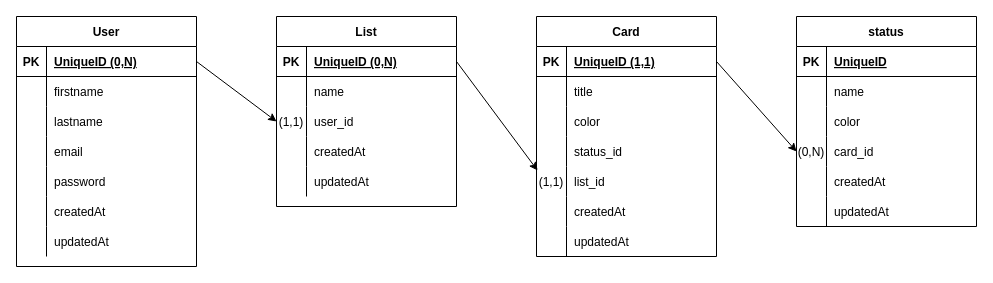
Above: cdc/mcd/tables.drawio in KhadimRenahyMar/Kban (draw.io), before the change. Source tidied: cells renumbered, new cells numbered last; positions are measured from the earlier drawing's top-left corner, leaving out a move shared by most shapes. Both pictures are drawn from the tidied source at 100%, with x=0, y=0 at pixel (16, 16).
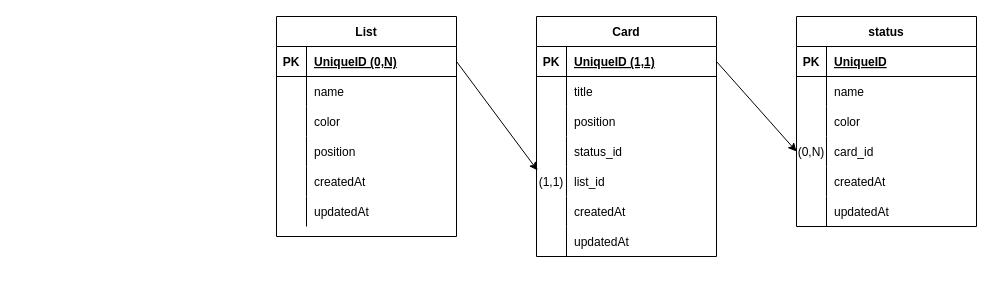
Above is the later version.

Unchanged cells that the change refers to:
```xml
<mxCell id="18" value="Card" style="shape=table;startSize=30;childLayout=tableLayout;rowLines=0;fontStyle=1;align=center;" parent="1" vertex="1">
  <mxGeometry x="520" width="180" height="240" as="geometry" />
</mxCell>
```

Diff of the diagram source:
```diff
@@
     <mxCell id="2" value="List" style="shape=table;startSize=30;childLayout=tableLayout;rowLines=0;fontStyle=1;align=center;" parent="1" vertex="1">
-      <mxGeometry x="260" width="180" height="190" as="geometry" />
+      <mxGeometry x="260" width="180" height="220" as="geometry" />
     </mxCell>
@@
-    <mxCell id="9" style="shape=partialRectangle;fillColor=none;top=0;left=0;bottom=0;right=0;points=[[0,0.5],[1,0.5]];portConstraint=eastwest;" parent="2" vertex="1">
-      <mxGeometry y="90" width="180" height="30" as="geometry" />
-    </mxCell>
-    <mxCell id="10" value="(1,1)" style="shape=partialRectangle;fillColor=none;top=0;left=0;bottom=0;right=0;overflow=hidden;" parent="9" vertex="1">
-      <mxGeometry width="30" height="30" as="geometry" />
-    </mxCell>
-    <mxCell id="11" value="user_id" style="shape=partialRectangle;fillColor=none;top=0;left=0;bottom=0;right=0;align=left;spacingLeft=6;overflow=hidden;" parent="9" vertex="1">
-      <mxGeometry x="30" width="150" height="30" as="geometry" />
-    </mxCell>
+    <mxCell id="84" style="shape=partialRectangle;fillColor=none;top=0;left=0;bottom=0;right=0;" parent="2" vertex="1">
+      <mxGeometry y="90" width="180" height="30" as="geometry" />
+    </mxCell>
+    <mxCell id="85" style="shape=partialRectangle;fillColor=none;top=0;left=0;bottom=0;right=0;overflow=hidden;" parent="84" vertex="1">
+      <mxGeometry width="30" height="30" as="geometry" />
+    </mxCell>
+    <mxCell id="27" value="color" style="shape=partialRectangle;fillColor=none;top=0;left=0;bottom=0;right=0;align=left;spacingLeft=6;overflow=hidden;" parent="84" vertex="1">
+      <mxGeometry x="30" width="150" height="30" as="geometry" />
+    </mxCell>
+    <mxCell id="69" style="shape=partialRectangle;fillColor=none;top=0;left=0;bottom=0;right=0;" parent="2" vertex="1">
+      <mxGeometry y="120" width="180" height="30" as="geometry" />
+    </mxCell>
+    <mxCell id="86" style="shape=partialRectangle;fillColor=none;top=0;left=0;bottom=0;right=0;overflow=hidden;" parent="69" vertex="1">
+      <mxGeometry width="30" height="30" as="geometry" />
+    </mxCell>
+    <mxCell id="87" value="position" style="shape=partialRectangle;fillColor=none;top=0;left=0;bottom=0;right=0;align=left;spacingLeft=6;overflow=hidden;" parent="69" vertex="1">
+      <mxGeometry x="30" width="150" height="30" as="geometry" />
+    </mxCell>
     <mxCell id="12" style="shape=partialRectangle;fillColor=none;top=0;left=0;bottom=0;right=0;" parent="2" vertex="1">
-      <mxGeometry y="120" width="180" height="30" as="geometry" />
+      <mxGeometry y="150" width="180" height="30" as="geometry" />
     </mxCell>
@@
     <mxCell id="15" style="shape=partialRectangle;fillColor=none;top=0;left=0;bottom=0;right=0;" parent="2" vertex="1">
-      <mxGeometry y="150" width="180" height="30" as="geometry" />
+      <mxGeometry y="180" width="180" height="30" as="geometry" />
     </mxCell>
@@
-    <mxCell id="25" style="shape=partialRectangle;fillColor=none;top=0;left=0;bottom=0;right=0;" parent="18" vertex="1">
-      <mxGeometry y="90" width="180" height="30" as="geometry" />
-    </mxCell>
-    <mxCell id="26" style="shape=partialRectangle;fillColor=none;top=0;left=0;bottom=0;right=0;overflow=hidden;" parent="25" vertex="1">
-      <mxGeometry width="30" height="30" as="geometry" />
-    </mxCell>
-    <mxCell id="27" value="color" style="shape=partialRectangle;fillColor=none;top=0;left=0;bottom=0;right=0;align=left;spacingLeft=6;overflow=hidden;" parent="25" vertex="1">
-      <mxGeometry x="30" width="150" height="30" as="geometry" />
-    </mxCell>
+    <mxCell id="88" style="shape=partialRectangle;fillColor=none;top=0;left=0;bottom=0;right=0;" parent="18" vertex="1">
+      <mxGeometry y="90" width="180" height="30" as="geometry" />
+    </mxCell>
+    <mxCell id="89" style="shape=partialRectangle;fillColor=none;top=0;left=0;bottom=0;right=0;overflow=hidden;" parent="88" vertex="1">
+      <mxGeometry width="30" height="30" as="geometry" />
+    </mxCell>
+    <mxCell id="90" value="position" style="shape=partialRectangle;fillColor=none;top=0;left=0;bottom=0;right=0;align=left;spacingLeft=6;overflow=hidden;" parent="88" vertex="1">
+      <mxGeometry x="30" width="150" height="30" as="geometry" />
+    </mxCell>
@@
-    <mxCell id="59" value="User" style="shape=table;startSize=30;childLayout=tableLayout;rowLines=0;fontStyle=1;align=center;" parent="1" vertex="1">
-      <mxGeometry width="180" height="250" as="geometry" />
-    </mxCell>
-    <mxCell id="60" style="shape=partialRectangle;fillColor=none;top=0;left=0;bottom=1;right=0;points=[[0,0.5],[1,0.5]];portConstraint=eastwest;" parent="59" vertex="1">
-      <mxGeometry y="30" width="180" height="30" as="geometry" />
-    </mxCell>
-    <mxCell id="61" value="PK" style="shape=partialRectangle;fillColor=none;top=0;left=0;bottom=0;right=0;fontStyle=1;overflow=hidden;" parent="60" vertex="1">
-      <mxGeometry width="30" height="30" as="geometry" />
-    </mxCell>
-    <mxCell id="62" value="UniqueID (0,N)" style="shape=partialRectangle;fillColor=none;top=0;left=0;bottom=0;right=0;align=left;spacingLeft=6;fontStyle=5;overflow=hidden;" parent="60" vertex="1">
-      <mxGeometry x="30" width="150" height="30" as="geometry" />
-    </mxCell>
-    <mxCell id="63" style="shape=partialRectangle;fillColor=none;top=0;left=0;bottom=0;right=0;" parent="59" vertex="1">
-      <mxGeometry y="60" width="180" height="30" as="geometry" />
-    </mxCell>
-    <mxCell id="64" style="shape=partialRectangle;fillColor=none;top=0;left=0;bottom=0;right=0;overflow=hidden;" parent="63" vertex="1">
-      <mxGeometry width="30" height="30" as="geometry" />
-    </mxCell>
-    <mxCell id="65" value="firstname" style="shape=partialRectangle;fillColor=none;top=0;left=0;bottom=0;right=0;align=left;spacingLeft=6;overflow=hidden;" parent="63" vertex="1">
-      <mxGeometry x="30" width="150" height="30" as="geometry" />
-    </mxCell>
-    <mxCell id="66" style="shape=partialRectangle;fillColor=none;top=0;left=0;bottom=0;right=0;" parent="59" vertex="1">
-      <mxGeometry y="90" width="180" height="30" as="geometry" />
-    </mxCell>
-    <mxCell id="67" style="shape=partialRectangle;fillColor=none;top=0;left=0;bottom=0;right=0;overflow=hidden;" parent="66" vertex="1">
-      <mxGeometry width="30" height="30" as="geometry" />
-    </mxCell>
-    <mxCell id="68" value="lastname" style="shape=partialRectangle;fillColor=none;top=0;left=0;bottom=0;right=0;align=left;spacingLeft=6;overflow=hidden;" parent="66" vertex="1">
-      <mxGeometry x="30" width="150" height="30" as="geometry" />
-    </mxCell>
-    <mxCell id="69" style="shape=partialRectangle;fillColor=none;top=0;left=0;bottom=0;right=0;" parent="59" vertex="1">
-      <mxGeometry y="120" width="180" height="30" as="geometry" />
-    </mxCell>
-    <mxCell id="70" style="shape=partialRectangle;fillColor=none;top=0;left=0;bottom=0;right=0;overflow=hidden;" parent="69" vertex="1">
-      <mxGeometry width="30" height="30" as="geometry" />
-    </mxCell>
-    <mxCell id="71" value="email" style="shape=partialRectangle;fillColor=none;top=0;left=0;bottom=0;right=0;align=left;spacingLeft=6;overflow=hidden;" parent="69" vertex="1">
-      <mxGeometry x="30" width="150" height="30" as="geometry" />
-    </mxCell>
-    <mxCell id="72" style="shape=partialRectangle;fillColor=none;top=0;left=0;bottom=0;right=0;" parent="59" vertex="1">
-      <mxGeometry y="150" width="180" height="30" as="geometry" />
-    </mxCell>
-    <mxCell id="73" style="shape=partialRectangle;fillColor=none;top=0;left=0;bottom=0;right=0;overflow=hidden;" parent="72" vertex="1">
-      <mxGeometry width="30" height="30" as="geometry" />
-    </mxCell>
-    <mxCell id="74" value="password" style="shape=partialRectangle;fillColor=none;top=0;left=0;bottom=0;right=0;align=left;spacingLeft=6;overflow=hidden;" parent="72" vertex="1">
-      <mxGeometry x="30" width="150" height="30" as="geometry" />
-    </mxCell>
-    <mxCell id="75" style="shape=partialRectangle;fillColor=none;top=0;left=0;bottom=0;right=0;" parent="59" vertex="1">
-      <mxGeometry y="180" width="180" height="30" as="geometry" />
-    </mxCell>
-    <mxCell id="76" style="shape=partialRectangle;fillColor=none;top=0;left=0;bottom=0;right=0;overflow=hidden;" parent="75" vertex="1">
-      <mxGeometry width="30" height="30" as="geometry" />
-    </mxCell>
-    <mxCell id="77" value="createdAt" style="shape=partialRectangle;fillColor=none;top=0;left=0;bottom=0;right=0;align=left;spacingLeft=6;overflow=hidden;" parent="75" vertex="1">
-      <mxGeometry x="30" width="150" height="30" as="geometry" />
-    </mxCell>
-    <mxCell id="78" style="shape=partialRectangle;fillColor=none;top=0;left=0;bottom=0;right=0;" parent="59" vertex="1">
-      <mxGeometry y="210" width="180" height="30" as="geometry" />
-    </mxCell>
-    <mxCell id="79" style="shape=partialRectangle;fillColor=none;top=0;left=0;bottom=0;right=0;overflow=hidden;" parent="78" vertex="1">
-      <mxGeometry width="30" height="30" as="geometry" />
-    </mxCell>
-    <mxCell id="80" value="updatedAt" style="shape=partialRectangle;fillColor=none;top=0;left=0;bottom=0;right=0;align=left;spacingLeft=6;overflow=hidden;" parent="78" vertex="1">
-      <mxGeometry x="30" width="150" height="30" as="geometry" />
-    </mxCell>
-    <mxCell id="81" style="edgeStyle=none;html=1;exitX=1;exitY=0.5;exitDx=0;exitDy=0;entryX=0;entryY=0.5;entryDx=0;entryDy=0;" parent="1" edge="1" source="60" target="9">
-      <mxGeometry relative="1" as="geometry" />
-    </mxCell>
```
